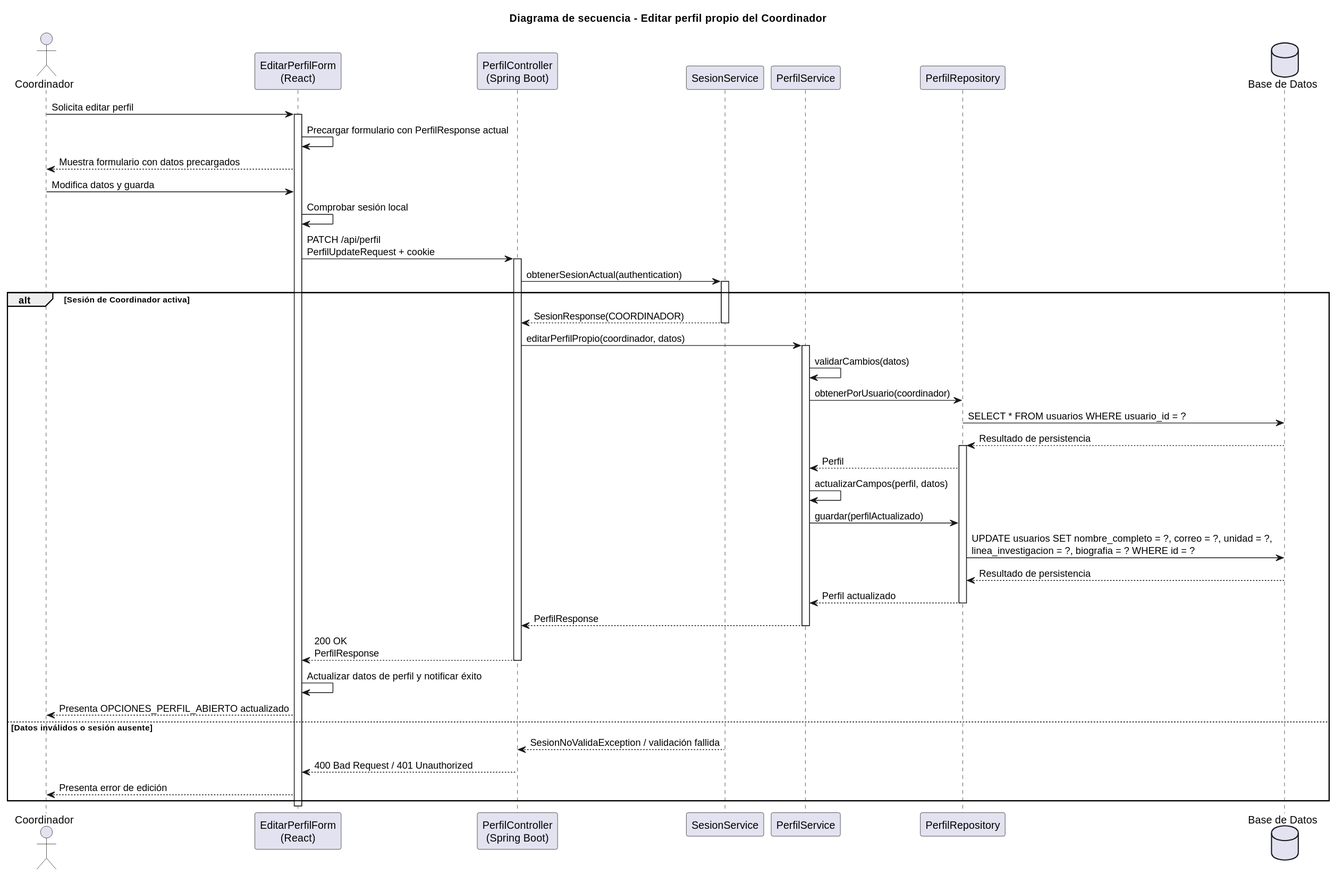
Above: images/RUP/02-diseño/casos-uso/coordinador/editarPerfil/secuencia.svg in beatriizorozco/25-26-idsw2-sdVC (PlantUML), before the change.
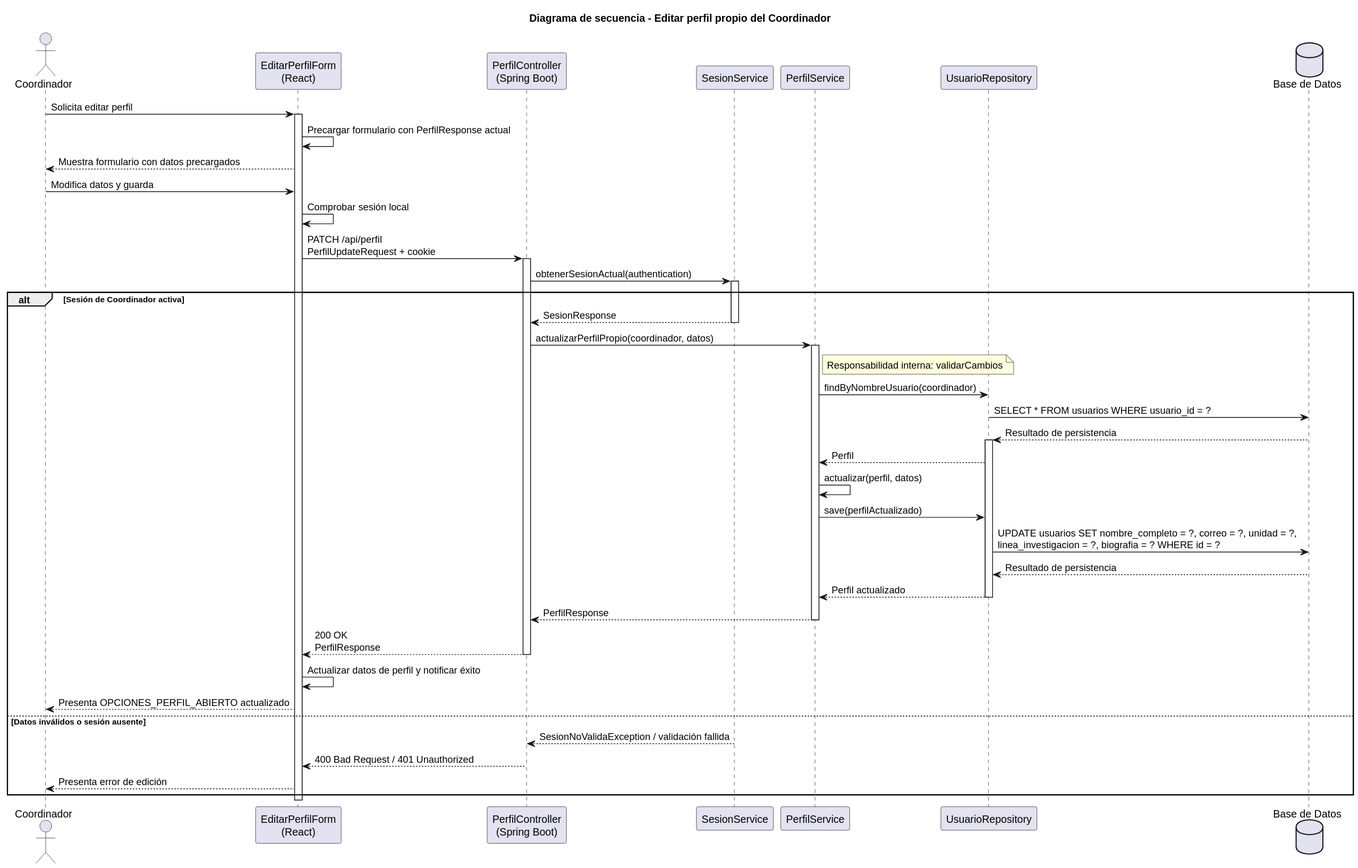
The same file after the commit.

What changed in the source:
```diff
@@ -6,7 +6,7 @@
 participant "PerfilController\n(Spring Boot)" as Api
 participant "SesionService" as Sesion
 participant "PerfilService" as PerfilService
-participant "PerfilRepository" as PerfilRepository
+participant "UsuarioRepository" as PerfilRepository
 database "Base de Datos" as DB
 
 Coordinador -> Frontend: Solicita editar perfil
@@ -20,18 +20,18 @@
 Api -> Sesion: obtenerSesionActual(authentication)
 activate Sesion
 alt Sesión de Coordinador activa
-    Sesion --> Api: SesionResponse(COORDINADOR)
+    Sesion --> Api: SesionResponse
     deactivate Sesion
-    Api -> PerfilService: editarPerfilPropio(coordinador, datos)
+    Api -> PerfilService: actualizarPerfilPropio(coordinador, datos)
     activate PerfilService
-    PerfilService -> PerfilService: validarCambios(datos)
-    PerfilService -> PerfilRepository: obtenerPorUsuario(coordinador)
+note right of PerfilService: Responsabilidad interna: validarCambios
+    PerfilService -> PerfilRepository: findByNombreUsuario(coordinador)
     PerfilRepository -> DB: SELECT * FROM usuarios WHERE usuario_id = ?
     DB --> PerfilRepository: Resultado de persistencia
     activate PerfilRepository
     PerfilRepository --> PerfilService: Perfil
-    PerfilService -> PerfilService: actualizarCampos(perfil, datos)
-    PerfilService -> PerfilRepository: guardar(perfilActualizado)
+    PerfilService -> PerfilService: actualizar(perfil, datos)
+    PerfilService -> PerfilRepository: save(perfilActualizado)
     PerfilRepository -> DB: UPDATE usuarios SET nombre_completo = ?, correo = ?, unidad = ?,\nlinea_investigacion = ?, biografia = ? WHERE id = ?
     DB --> PerfilRepository: Resultado de persistencia
     PerfilRepository --> PerfilService: Perfil actualizado
```
